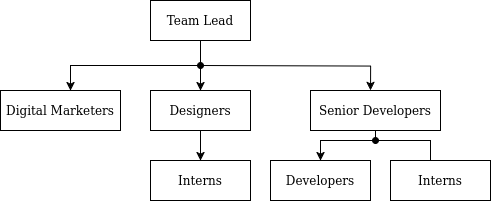
This is 7th-sem/internship/report/img/org-structure.png from dinesh-58/college-files, a draw.io export, as it was before one commit. Source tidied: cells renumbered, new cells last; positions are measured from the earlier drawing's top-left corner, leaving out a move shared by most shapes. Source of this version:
```xml
<mxGraphModel>
  <root>
    <mxCell id="0" />
    <mxCell id="1" parent="0" />
    <mxCell id="2" style="edgeStyle=orthogonalEdgeStyle;rounded=0;jettySize=auto;html=1;" parent="1" edge="1" source="3" target="5">
      <mxGeometry relative="1" as="geometry" />
    </mxCell>
    <mxCell id="3" value="Team Lead" style="rounded=0;whiteSpace=wrap;html=1;" parent="1" vertex="1">
      <mxGeometry x="150" width="100" height="40" as="geometry" />
    </mxCell>
    <mxCell id="4" style="edgeStyle=orthogonalEdgeStyle;rounded=0;jettySize=auto;html=1;" parent="1" edge="1" source="5" target="6">
      <mxGeometry relative="1" as="geometry" />
    </mxCell>
    <mxCell id="5" value="Designers" style="rounded=0;whiteSpace=wrap;html=1;" parent="1" vertex="1">
      <mxGeometry x="150" y="90" width="100" height="40" as="geometry" />
    </mxCell>
    <mxCell id="6" value="Interns" style="rounded=0;whiteSpace=wrap;html=1;" parent="1" vertex="1">
      <mxGeometry x="150" y="160" width="100" height="40" as="geometry" />
    </mxCell>
    <mxCell id="7" style="edgeStyle=orthogonalEdgeStyle;rounded=0;jettySize=auto;html=1;endArrow=oval;endFill=1;startArrow=classic;startFill=1;" parent="1" edge="1" source="8">
      <mxGeometry relative="1" as="geometry">
        <mxPoint x="200" y="65" as="targetPoint" />
        <Array as="points">
          <mxPoint x="70" y="65" />
        </Array>
      </mxGeometry>
    </mxCell>
    <mxCell id="8" value="Digital Marketers" style="rounded=0;whiteSpace=wrap;html=1;" parent="1" vertex="1">
      <mxGeometry y="90" width="120" height="40" as="geometry" />
    </mxCell>
    <mxCell id="9" style="edgeStyle=orthogonalEdgeStyle;rounded=0;jettySize=auto;html=1;" parent="1" edge="1" source="10" target="11">
      <mxGeometry relative="1" as="geometry">
        <Array as="points">
          <mxPoint x="375" y="140" />
          <mxPoint x="320" y="140" />
        </Array>
      </mxGeometry>
    </mxCell>
    <mxCell id="10" value="Senior Developers" style="rounded=0;whiteSpace=wrap;html=1;" parent="1" vertex="1">
      <mxGeometry x="310" y="90" width="130" height="40" as="geometry" />
    </mxCell>
    <mxCell id="11" value="Developers" style="rounded=0;whiteSpace=wrap;html=1;" parent="1" vertex="1">
      <mxGeometry x="270" y="160" width="100" height="40" as="geometry" />
    </mxCell>
    <mxCell id="12" value="Interns" style="rounded=0;whiteSpace=wrap;html=1;" parent="1" vertex="1">
      <mxGeometry x="390" y="160" width="100" height="40" as="geometry" />
    </mxCell>
    <mxCell id="13" style="endArrow=classic;html=1;rounded=0;edgeStyle=orthogonalEdgeStyle;entryX=0.462;entryY=0;entryDx=0;entryDy=0;entryPerimeter=0;endFill=1;" parent="1" edge="1" target="10">
      <mxGeometry relative="1" as="geometry">
        <mxPoint x="200" y="65" as="sourcePoint" />
      </mxGeometry>
    </mxCell>
    <mxCell id="14" style="endArrow=none;html=1;rounded=0;edgeStyle=elbowEdgeStyle;elbow=vertical;entryX=0.4;entryY=0;entryDx=0;entryDy=0;entryPerimeter=0;startArrow=oval;startFill=1;" parent="1" edge="1" target="12">
      <mxGeometry relative="1" as="geometry">
        <mxPoint x="375" y="140" as="sourcePoint" />
        <Array as="points">
          <mxPoint x="400" y="140" />
        </Array>
      </mxGeometry>
    </mxCell>
  </root>
</mxGraphModel>
```
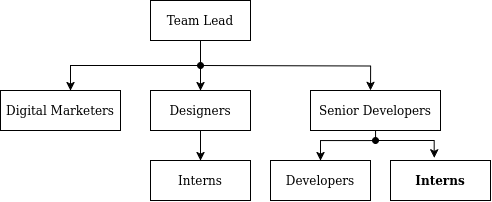
After the commit.

Change to the diagram source:
```diff
@@ -42,7 +42,7 @@
     <mxCell id="11" value="Developers" style="rounded=0;whiteSpace=wrap;html=1;" parent="1" vertex="1">
       <mxGeometry x="270" y="160" width="100" height="40" as="geometry" />
     </mxCell>
-    <mxCell id="12" value="Interns" style="rounded=0;whiteSpace=wrap;html=1;" parent="1" vertex="1">
+    <mxCell id="12" value="&lt;b&gt;Interns&lt;/b&gt;" style="rounded=0;whiteSpace=wrap;html=1;" parent="1" vertex="1">
       <mxGeometry x="390" y="160" width="100" height="40" as="geometry" />
     </mxCell>
     <mxCell id="13" style="endArrow=classic;html=1;rounded=0;edgeStyle=orthogonalEdgeStyle;entryX=0.462;entryY=0;entryDx=0;entryDy=0;entryPerimeter=0;endFill=1;" parent="1" edge="1" target="10">
@@ -50,7 +50,7 @@
         <mxPoint x="200" y="65" as="sourcePoint" />
       </mxGeometry>
     </mxCell>
-    <mxCell id="14" style="endArrow=none;html=1;rounded=0;edgeStyle=elbowEdgeStyle;elbow=vertical;entryX=0.4;entryY=0;entryDx=0;entryDy=0;entryPerimeter=0;startArrow=oval;startFill=1;" parent="1" edge="1" target="12">
+    <mxCell id="14" style="endArrow=classic;html=1;rounded=0;edgeStyle=elbowEdgeStyle;elbow=vertical;startArrow=oval;startFill=1;endFill=1;entryX=0.437;entryY=-0.065;entryDx=0;entryDy=0;entryPerimeter=0;" parent="1" edge="1" target="12">
       <mxGeometry relative="1" as="geometry">
         <mxPoint x="375" y="140" as="sourcePoint" />
         <Array as="points">
```
